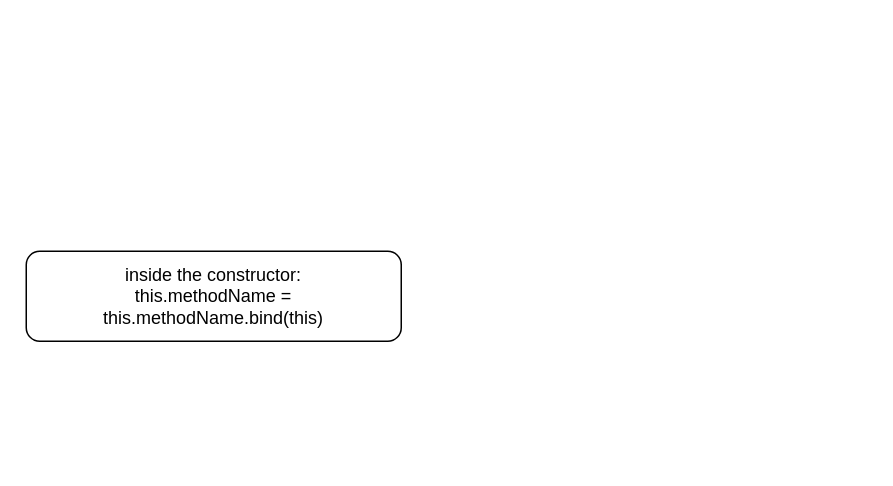
Above: page "08 - bind" (16 of 21) of Diagram.drawio in f2xiao/learn-react (draw.io), before the change. Source tidied: cells renumbered, new cells numbered last; positions are measured from the earlier drawing's top-left corner, leaving out a move shared by most shapes. Both pictures are drawn from the tidied source at 150%, with x=0, y=0 at pixel (26, 250).
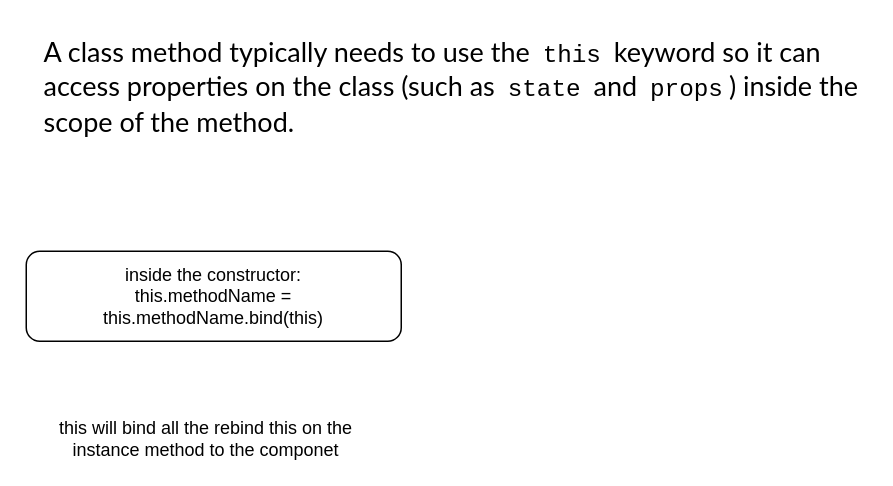
The same diagram, later.

The edit, as a diff of the source:
```diff
@@
 <mxGraphModel>
   <root>
     <mxCell id="0" />
     <mxCell id="1" parent="0" />
     <mxCell id="2" value="inside the constructor:&lt;br&gt;this.methodName = this.methodName.bind(this)" style="rounded=1;whiteSpace=wrap;html=1;" parent="1" vertex="1">
       <mxGeometry width="250" height="60" as="geometry" />
     </mxCell>
+    <mxCell id="3" value="&lt;span style=&quot;background-color: rgb(255, 255, 255);&quot;&gt;&lt;span style=&quot;font-family: Lato, sans-serif; font-size: 18px; font-style: normal; font-variant-ligatures: normal; font-variant-caps: normal; font-weight: 400; letter-spacing: normal; orphans: 2; text-align: start; text-indent: 0px; text-transform: none; widows: 2; word-spacing: 0px; -webkit-text-stroke-width: 0px; text-decoration-thickness: initial; text-decoration-style: initial; text-decoration-color: initial; float: none; display: inline !important;&quot;&gt;A class method typically needs to use the&amp;nbsp;&lt;/span&gt;&lt;code style=&quot;box-sizing: border-box; font-family: &amp;quot;Roboto Mono&amp;quot;, monospace; font-size: 16.2px; padding: 2px 4px; border-radius: 0px; overflow-wrap: anywhere; font-style: normal; font-variant-ligatures: normal; font-variant-caps: normal; font-weight: 400; letter-spacing: normal; orphans: 2; text-align: start; text-indent: 0px; text-transform: none; widows: 2; word-spacing: 0px; -webkit-text-stroke-width: 0px; text-decoration-thickness: initial; text-decoration-style: initial; text-decoration-color: initial; text-shadow: none !important;&quot;&gt;this&lt;/code&gt;&lt;span style=&quot;font-family: Lato, sans-serif; font-size: 18px; font-style: normal; font-variant-ligatures: normal; font-variant-caps: normal; font-weight: 400; letter-spacing: normal; orphans: 2; text-align: start; text-indent: 0px; text-transform: none; widows: 2; word-spacing: 0px; -webkit-text-stroke-width: 0px; text-decoration-thickness: initial; text-decoration-style: initial; text-decoration-color: initial; float: none; display: inline !important;&quot;&gt;&lt;span&gt;&amp;nbsp;&lt;/span&gt;keyword so it can access properties on the class (such as&lt;span&gt;&amp;nbsp;&lt;/span&gt;&lt;/span&gt;&lt;code style=&quot;box-sizing: border-box; font-family: &amp;quot;Roboto Mono&amp;quot;, monospace; font-size: 16.2px; padding: 2px 4px; border-radius: 0px; overflow-wrap: anywhere; font-style: normal; font-variant-ligatures: normal; font-variant-caps: normal; font-weight: 400; letter-spacing: normal; orphans: 2; text-align: start; text-indent: 0px; text-transform: none; widows: 2; word-spacing: 0px; -webkit-text-stroke-width: 0px; text-decoration-thickness: initial; text-decoration-style: initial; text-decoration-color: initial; text-shadow: none !important;&quot;&gt;state&lt;/code&gt;&lt;span style=&quot;font-family: Lato, sans-serif; font-size: 18px; font-style: normal; font-variant-ligatures: normal; font-variant-caps: normal; font-weight: 400; letter-spacing: normal; orphans: 2; text-align: start; text-indent: 0px; text-transform: none; widows: 2; word-spacing: 0px; -webkit-text-stroke-width: 0px; text-decoration-thickness: initial; text-decoration-style: initial; text-decoration-color: initial; float: none; display: inline !important;&quot;&gt;&lt;span&gt;&amp;nbsp;&lt;/span&gt;and&lt;span&gt;&amp;nbsp;&lt;/span&gt;&lt;/span&gt;&lt;code style=&quot;box-sizing: border-box; font-family: &amp;quot;Roboto Mono&amp;quot;, monospace; font-size: 16.2px; padding: 2px 4px; border-radius: 0px; overflow-wrap: anywhere; font-style: normal; font-variant-ligatures: normal; font-variant-caps: normal; font-weight: 400; letter-spacing: normal; orphans: 2; text-align: start; text-indent: 0px; text-transform: none; widows: 2; word-spacing: 0px; -webkit-text-stroke-width: 0px; text-decoration-thickness: initial; text-decoration-style: initial; text-decoration-color: initial; text-shadow: none !important;&quot;&gt;props&lt;/code&gt;&lt;span style=&quot;font-family: Lato, sans-serif; font-size: 18px; font-style: normal; font-variant-ligatures: normal; font-variant-caps: normal; font-weight: 400; letter-spacing: normal; orphans: 2; text-align: start; text-indent: 0px; text-transform: none; widows: 2; word-spacing: 0px; -webkit-text-stroke-width: 0px; text-decoration-thickness: initial; text-decoration-style: initial; text-decoration-color: initial; float: none; display: inline !important;&quot;&gt;) inside the scope of the method.&lt;/span&gt;&lt;/span&gt;" style="text;whiteSpace=wrap;html=1;fontColor=#000000;" parent="1" vertex="1">
+      <mxGeometry x="10" y="-150" width="550" height="60" as="geometry" />
+    </mxCell>
+    <mxCell id="4" value="this will bind all the rebind this on the instance method to the componet" style="text;html=1;strokeColor=none;fillColor=none;align=center;verticalAlign=middle;whiteSpace=wrap;rounded=0;labelBackgroundColor=#FFFFFF;fontColor=#000000;" parent="1" vertex="1">
+      <mxGeometry y="110" width="240" height="30" as="geometry" />
+    </mxCell>
   </root>
 </mxGraphModel>
```
